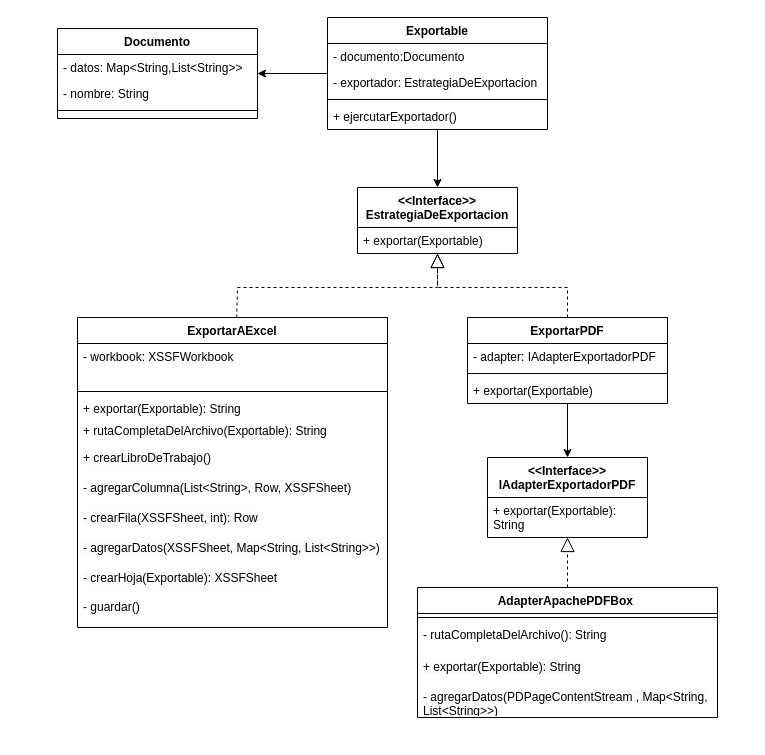
Earlier version of the draw.io diagram IncuttiPanzera_TPPatrones/IncuttiPanzera - DDC 1.drawio (Incutti/DDS24_IncuttiFernandez). Source tidied: cells renumbered, new cells numbered last; positions are measured from the earlier drawing's top-left corner, leaving out a move shared by most shapes. Both pictures are drawn from the tidied source at 100%, with x=0, y=0 at pixel (57, 17).
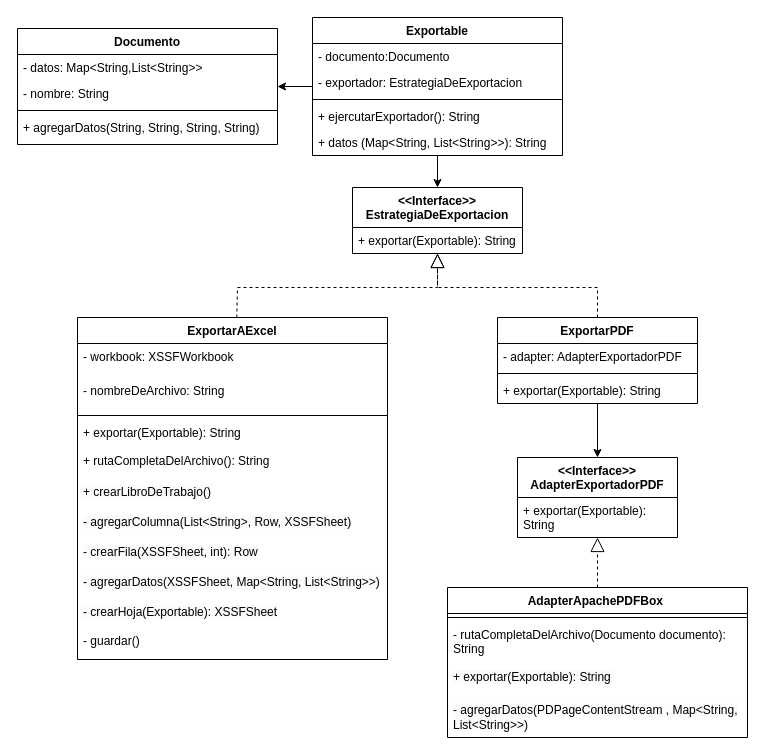
Above is the later version.

Commit message:
Correcciones del DDCv1

Diff of the diagram source:
```diff
@@
     <mxCell id="2" value="Documento" style="swimlane;fontStyle=1;align=center;verticalAlign=top;horizontal=1;startSize=26;rounded=0;shadow=0;strokeWidth=1;" parent="1" vertex="1">
-      <mxGeometry y="11" width="200" height="90" as="geometry" />
+      <mxGeometry x="-40" y="11" width="260" height="116" as="geometry" />
     </mxCell>
     <mxCell id="3" value="- datos: Map&lt;String,List&lt;String&gt;&gt;" style="text;align=left;verticalAlign=top;spacingLeft=4;spacingRight=4;overflow=hidden;" parent="2" vertex="1">
-      <mxGeometry y="26" width="200" height="26" as="geometry" />
+      <mxGeometry y="26" width="260" height="26" as="geometry" />
     </mxCell>
     <mxCell id="4" value="- nombre: String" style="text;align=left;verticalAlign=top;spacingLeft=4;spacingRight=4;overflow=hidden;rounded=0;shadow=0;html=0;" parent="2" vertex="1">
-      <mxGeometry y="52" width="200" height="26" as="geometry" />
+      <mxGeometry y="52" width="260" height="26" as="geometry" />
     </mxCell>
     <mxCell id="5" style="line;html=1;strokeWidth=1;align=left;verticalAlign=middle;spacingTop=-1;spacingLeft=3;spacingRight=3;labelPosition=right;" parent="2" vertex="1">
-      <mxGeometry y="78" width="200" height="8" as="geometry" />
+      <mxGeometry y="78" width="260" height="8" as="geometry" />
     </mxCell>
+    <mxCell id="41" value="+ agregarDatos(String, String, String, String)" style="text;align=left;verticalAlign=top;spacingLeft=4;spacingRight=4;overflow=hidden;rounded=0;shadow=0;html=0;" parent="2" vertex="1">
+      <mxGeometry y="86" width="260" height="26" as="geometry" />
+    </mxCell>
     <mxCell id="6" value="&lt;&lt;Interface&gt;&gt;&#10;EstrategiaDeExportacion" style="swimlane;fontStyle=1;align=center;verticalAlign=top;horizontal=1;startSize=40;rounded=0;shadow=0;strokeWidth=1;" parent="1" vertex="1">
-      <mxGeometry x="300" y="170" width="160" height="66" as="geometry" />
+      <mxGeometry x="295" y="170" width="170" height="66" as="geometry" />
     </mxCell>
-    <mxCell id="7" value="+ exportar(Exportable)" style="text;align=left;verticalAlign=top;spacingLeft=4;spacingRight=4;overflow=hidden;" parent="6" vertex="1">
-      <mxGeometry y="40" width="160" height="26" as="geometry" />
+    <mxCell id="7" value="+ exportar(Exportable): String" style="text;align=left;verticalAlign=top;spacingLeft=4;spacingRight=4;overflow=hidden;" parent="6" vertex="1">
+      <mxGeometry y="40" width="170" height="26" as="geometry" />
     </mxCell>
     <mxCell id="8" value="ExportarAExcel" style="swimlane;fontStyle=1;align=center;verticalAlign=top;horizontal=1;startSize=26;rounded=0;shadow=0;strokeWidth=1;" parent="1" vertex="1">
-      <mxGeometry x="20" y="300" width="310" height="310" as="geometry" />
+      <mxGeometry x="20" y="300" width="310" height="342" as="geometry" />
     </mxCell>
     <mxCell id="9" value="- workbook: XSSFWorkbook" style="text;align=left;verticalAlign=top;spacingLeft=4;spacingRight=4;overflow=hidden;" parent="8" vertex="1">
-      <mxGeometry y="26" width="310" height="44" as="geometry" />
+      <mxGeometry y="26" width="310" height="34" as="geometry" />
     </mxCell>
+    <mxCell id="42" value="- nombreDeArchivo: String" style="text;align=left;verticalAlign=top;spacingLeft=4;spacingRight=4;overflow=hidden;" parent="8" vertex="1">
+      <mxGeometry y="60" width="310" height="34" as="geometry" />
+    </mxCell>
     <mxCell id="10" style="line;html=1;strokeWidth=1;align=left;verticalAlign=middle;spacingTop=-1;spacingLeft=3;spacingRight=3;labelPosition=right;" parent="8" vertex="1">
-      <mxGeometry y="70" width="310" height="8" as="geometry" />
+      <mxGeometry y="94" width="310" height="8" as="geometry" />
     </mxCell>
     <mxCell id="11" value="+ exportar(Exportable): String&#10;" style="text;align=left;verticalAlign=top;spacingLeft=4;spacingRight=4;overflow=hidden;" parent="8" vertex="1">
-      <mxGeometry y="78" width="310" height="22" as="geometry" />
+      <mxGeometry y="102" width="310" height="28" as="geometry" />
     </mxCell>
-    <mxCell id="12" value="+ rutaCompletaDelArchivo(Exportable): String" style="text;align=left;verticalAlign=top;spacingLeft=4;spacingRight=4;overflow=hidden;" parent="8" vertex="1">
-      <mxGeometry y="100" width="310" height="26" as="geometry" />
+    <mxCell id="12" value="+ rutaCompletaDelArchivo(): String" style="text;align=left;verticalAlign=top;spacingLeft=4;spacingRight=4;overflow=hidden;" parent="8" vertex="1">
+      <mxGeometry y="130" width="310" height="30" as="geometry" />
     </mxCell>
     <mxCell id="13" value="&lt;span style=&quot;color: rgb(0, 0, 0); font-family: Helvetica; font-size: 12px; font-style: normal; font-variant-ligatures: normal; font-variant-caps: normal; font-weight: 400; letter-spacing: normal; orphans: 2; text-align: left; text-indent: 0px; text-transform: none; white-space: nowrap; widows: 2; word-spacing: 0px; -webkit-text-stroke-width: 0px; background-color: rgb(251, 251, 251); text-decoration-thickness: initial; text-decoration-style: initial; text-decoration-color: initial; display: inline !important; float: none;&quot;&gt;+ crearLibroDeTrabajo()&lt;/span&gt;&lt;br style=&quot;forced-color-adjust: none; padding: 0px; margin: 0px; color: rgb(0, 0, 0); font-family: Helvetica; font-size: 12px; font-style: normal; font-variant-ligatures: normal; font-variant-caps: normal; font-weight: 400; letter-spacing: normal; orphans: 2; text-align: left; text-indent: 0px; text-transform: none; white-space: nowrap; widows: 2; word-spacing: 0px; -webkit-text-stroke-width: 0px; background-color: rgb(251, 251, 251); text-decoration-thickness: initial; text-decoration-style: initial; text-decoration-color: initial;&quot;&gt;" style="text;strokeColor=none;fillColor=none;align=left;verticalAlign=middle;spacingLeft=4;spacingRight=4;overflow=hidden;whiteSpace=wrap;html=1;" parent="8" vertex="1">
-      <mxGeometry y="126" width="310" height="30" as="geometry" />
+      <mxGeometry y="160" width="310" height="30" as="geometry" />
     </mxCell>
     <mxCell id="14" value="&lt;span style=&quot;color: rgb(0, 0, 0); font-family: Helvetica; font-size: 12px; font-style: normal; font-variant-ligatures: normal; font-variant-caps: normal; font-weight: 400; letter-spacing: normal; orphans: 2; text-align: left; text-indent: 0px; text-transform: none; white-space: nowrap; widows: 2; word-spacing: 0px; -webkit-text-stroke-width: 0px; background-color: rgb(251, 251, 251); text-decoration-thickness: initial; text-decoration-style: initial; text-decoration-color: initial; display: inline !important; float: none;&quot;&gt;-&amp;nbsp;agregarColumna(List&amp;lt;String&amp;gt;, Row, XSSFSheet)&lt;/span&gt;" style="text;strokeColor=none;fillColor=none;align=left;verticalAlign=middle;spacingLeft=4;spacingRight=4;overflow=hidden;whiteSpace=wrap;html=1;" parent="8" vertex="1">
-      <mxGeometry y="156" width="310" height="30" as="geometry" />
+      <mxGeometry y="190" width="310" height="30" as="geometry" />
     </mxCell>
     <mxCell id="15" value="&lt;span style=&quot;color: rgb(0, 0, 0); font-family: Helvetica; font-size: 12px; font-style: normal; font-variant-ligatures: normal; font-variant-caps: normal; font-weight: 400; letter-spacing: normal; orphans: 2; text-align: left; text-indent: 0px; text-transform: none; white-space: nowrap; widows: 2; word-spacing: 0px; -webkit-text-stroke-width: 0px; background-color: rgb(251, 251, 251); text-decoration-thickness: initial; text-decoration-style: initial; text-decoration-color: initial; display: inline !important; float: none;&quot;&gt;-&amp;nbsp;crearFila(XSSFSheet, int):&amp;nbsp;Row&lt;/span&gt;&lt;br style=&quot;forced-color-adjust: none; padding: 0px; margin: 0px; color: rgb(0, 0, 0); font-family: Helvetica; font-size: 12px; font-style: normal; font-variant-ligatures: normal; font-variant-caps: normal; font-weight: 400; letter-spacing: normal; orphans: 2; text-align: left; text-indent: 0px; text-transform: none; white-space: nowrap; widows: 2; word-spacing: 0px; -webkit-text-stroke-width: 0px; background-color: rgb(251, 251, 251); text-decoration-thickness: initial; text-decoration-style: initial; text-decoration-color: initial;&quot;&gt;" style="text;strokeColor=none;fillColor=none;align=left;verticalAlign=middle;spacingLeft=4;spacingRight=4;overflow=hidden;whiteSpace=wrap;html=1;" parent="8" vertex="1">
-      <mxGeometry y="186" width="310" height="30" as="geometry" />
+      <mxGeometry y="220" width="310" height="30" as="geometry" />
     </mxCell>
     <mxCell id="16" value="&lt;span style=&quot;color: rgb(0, 0, 0); font-family: Helvetica; font-size: 12px; font-style: normal; font-variant-ligatures: normal; font-variant-caps: normal; font-weight: 400; letter-spacing: normal; orphans: 2; text-align: left; text-indent: 0px; text-transform: none; white-space: nowrap; widows: 2; word-spacing: 0px; -webkit-text-stroke-width: 0px; background-color: rgb(251, 251, 251); text-decoration-thickness: initial; text-decoration-style: initial; text-decoration-color: initial; display: inline !important; float: none;&quot;&gt;-&amp;nbsp;agregarDatos(XSSFSheet, Map&amp;lt;String, List&amp;lt;String&amp;gt;&amp;gt;)&lt;/span&gt;&lt;br style=&quot;forced-color-adjust: none; padding: 0px; margin: 0px; color: rgb(0, 0, 0); font-family: Helvetica; font-size: 12px; font-style: normal; font-variant-ligatures: normal; font-variant-caps: normal; font-weight: 400; letter-spacing: normal; orphans: 2; text-align: left; text-indent: 0px; text-transform: none; white-space: nowrap; widows: 2; word-spacing: 0px; -webkit-text-stroke-width: 0px; background-color: rgb(251, 251, 251); text-decoration-thickness: initial; text-decoration-style: initial; text-decoration-color: initial;&quot;&gt;" style="text;strokeColor=none;fillColor=none;align=left;verticalAlign=middle;spacingLeft=4;spacingRight=4;overflow=hidden;whiteSpace=wrap;html=1;" parent="8" vertex="1">
-      <mxGeometry y="216" width="310" height="30" as="geometry" />
+      <mxGeometry y="250" width="310" height="30" as="geometry" />
     </mxCell>
     <mxCell id="17" value="&lt;span style=&quot;color: rgb(0, 0, 0); font-family: Helvetica; font-size: 12px; font-style: normal; font-variant-ligatures: normal; font-variant-caps: normal; font-weight: 400; letter-spacing: normal; orphans: 2; text-align: left; text-indent: 0px; text-transform: none; white-space: nowrap; widows: 2; word-spacing: 0px; -webkit-text-stroke-width: 0px; background-color: rgb(251, 251, 251); text-decoration-thickness: initial; text-decoration-style: initial; text-decoration-color: initial; display: inline !important; float: none;&quot;&gt;-&amp;nbsp;crearHoja(Exportable):&amp;nbsp;XSSFSheet&lt;/span&gt;&lt;br style=&quot;forced-color-adjust: none; padding: 0px; margin: 0px; color: rgb(0, 0, 0); font-family: Helvetica; font-size: 12px; font-style: normal; font-variant-ligatures: normal; font-variant-caps: normal; font-weight: 400; letter-spacing: normal; orphans: 2; text-align: left; text-indent: 0px; text-transform: none; white-space: nowrap; widows: 2; word-spacing: 0px; -webkit-text-stroke-width: 0px; background-color: rgb(251, 251, 251); text-decoration-thickness: initial; text-decoration-style: initial; text-decoration-color: initial;&quot;&gt;" style="text;strokeColor=none;fillColor=none;align=left;verticalAlign=middle;spacingLeft=4;spacingRight=4;overflow=hidden;whiteSpace=wrap;html=1;" parent="8" vertex="1">
-      <mxGeometry y="246" width="310" height="30" as="geometry" />
+      <mxGeometry y="280" width="310" height="30" as="geometry" />
     </mxCell>
     <mxCell id="18" value="- guardar()" style="text;align=left;verticalAlign=top;spacingLeft=4;spacingRight=4;overflow=hidden;" parent="8" vertex="1">
-      <mxGeometry y="276" width="310" height="26" as="geometry" />
+      <mxGeometry y="310" width="310" height="26" as="geometry" />
     </mxCell>
@@
     <mxCell id="21" value="Exportable" style="swimlane;fontStyle=1;align=center;verticalAlign=top;horizontal=1;startSize=26;rounded=0;shadow=0;strokeWidth=1;" parent="1" vertex="1">
-      <mxGeometry x="270" width="220" height="112" as="geometry" />
+      <mxGeometry x="255" width="250" height="138" as="geometry" />
     </mxCell>
     <mxCell id="22" value="- documento:Documento" style="text;align=left;verticalAlign=top;spacingLeft=4;spacingRight=4;overflow=hidden;rounded=0;shadow=0;html=0;" parent="21" vertex="1">
-      <mxGeometry y="26" width="220" height="26" as="geometry" />
+      <mxGeometry y="26" width="250" height="26" as="geometry" />
     </mxCell>
     <mxCell id="23" value="- exportador: EstrategiaDeExportacion" style="text;align=left;verticalAlign=top;spacingLeft=4;spacingRight=4;overflow=hidden;rounded=0;shadow=0;html=0;" parent="21" vertex="1">
-      <mxGeometry y="52" width="220" height="26" as="geometry" />
+      <mxGeometry y="52" width="250" height="26" as="geometry" />
     </mxCell>
     <mxCell id="24" style="line;html=1;strokeWidth=1;align=left;verticalAlign=middle;spacingTop=-1;spacingLeft=3;spacingRight=3;labelPosition=right;" parent="21" vertex="1">
-      <mxGeometry y="78" width="220" height="8" as="geometry" />
+      <mxGeometry y="78" width="250" height="8" as="geometry" />
     </mxCell>
-    <mxCell id="25" value="+ ejercutarExportador()" style="text;align=left;verticalAlign=top;spacingLeft=4;spacingRight=4;overflow=hidden;" parent="21" vertex="1">
-      <mxGeometry y="86" width="220" height="26" as="geometry" />
+    <mxCell id="25" value="+ ejercutarExportador(): String" style="text;align=left;verticalAlign=top;spacingLeft=4;spacingRight=4;overflow=hidden;" parent="21" vertex="1">
+      <mxGeometry y="86" width="250" height="26" as="geometry" />
     </mxCell>
+    <mxCell id="43" value="+ datos (Map&lt;String, List&lt;String&gt;&gt;): String" style="text;align=left;verticalAlign=top;spacingLeft=4;spacingRight=4;overflow=hidden;" parent="21" vertex="1">
+      <mxGeometry y="112" width="250" height="26" as="geometry" />
+    </mxCell>
     <mxCell id="26" value="ExportarPDF" style="swimlane;fontStyle=1;align=center;verticalAlign=top;horizontal=1;startSize=26;rounded=0;shadow=0;strokeWidth=1;" parent="1" vertex="1">
-      <mxGeometry x="410" y="300" width="200" height="86" as="geometry" />
+      <mxGeometry x="440" y="300" width="200" height="86" as="geometry" />
     </mxCell>
-    <mxCell id="27" value="- adapter: IAdapterExportadorPDF" style="text;align=left;verticalAlign=top;spacingLeft=4;spacingRight=4;overflow=hidden;" parent="26" vertex="1">
+    <mxCell id="27" value="- adapter: AdapterExportadorPDF" style="text;align=left;verticalAlign=top;spacingLeft=4;spacingRight=4;overflow=hidden;" parent="26" vertex="1">
       <mxGeometry y="26" width="200" height="26" as="geometry" />
     </mxCell>
@@
-    <mxCell id="29" value="+ exportar(Exportable)" style="text;align=left;verticalAlign=top;spacingLeft=4;spacingRight=4;overflow=hidden;" parent="26" vertex="1">
+    <mxCell id="29" value="+ exportar(Exportable): String" style="text;align=left;verticalAlign=top;spacingLeft=4;spacingRight=4;overflow=hidden;" parent="26" vertex="1">
       <mxGeometry y="60" width="200" height="26" as="geometry" />
     </mxCell>
@@
     <mxCell id="31" style="endArrow=block;dashed=1;endFill=0;endSize=12;html=1;rounded=0;" parent="1" edge="1" source="26" target="6">
       <mxGeometry relative="1" as="geometry">
         <Array as="points">
-          <mxPoint x="510" y="270" />
+          <mxPoint x="540" y="270" />
           <mxPoint x="380" y="270" />
         </Array>
       </mxGeometry>
     </mxCell>
@@
-    <mxCell id="33" value="&lt;div&gt;&amp;lt;&amp;lt;Interface&amp;gt;&amp;gt;&lt;/div&gt;IAdapterExportadorPDF" style="swimlane;fontStyle=1;align=center;verticalAlign=top;horizontal=1;startSize=40;whiteSpace=wrap;html=1;" parent="1" vertex="1">
-      <mxGeometry x="430" y="440" width="160" height="80" as="geometry" />
+    <mxCell id="33" value="&lt;div&gt;&amp;lt;&amp;lt;Interface&amp;gt;&amp;gt;&lt;/div&gt;AdapterExportadorPDF" style="swimlane;fontStyle=1;align=center;verticalAlign=top;horizontal=1;startSize=40;whiteSpace=wrap;html=1;" parent="1" vertex="1">
+      <mxGeometry x="460" y="440" width="160" height="80" as="geometry" />
     </mxCell>
@@
     <mxCell id="35" value="AdapterApachePDFBox&amp;nbsp;" style="swimlane;fontStyle=1;align=center;verticalAlign=top;horizontal=1;startSize=26;whiteSpace=wrap;html=1;" parent="1" vertex="1">
-      <mxGeometry x="360" y="570" width="300" height="130" as="geometry" />
+      <mxGeometry x="390" y="570" width="300" height="150" as="geometry" />
     </mxCell>
@@
-    <mxCell id="37" value="- rutaCompletaDelArchivo(): String&lt;div&gt;&lt;br&gt;&lt;/div&gt;" style="text;strokeColor=none;fillColor=none;align=left;verticalAlign=top;spacingLeft=4;spacingRight=4;overflow=hidden;whiteSpace=wrap;html=1;" parent="35" vertex="1">
-      <mxGeometry y="34" width="300" height="36" as="geometry" />
+    <mxCell id="37" value="- rutaCompletaDelArchivo(Documento documento): String&lt;div&gt;&lt;br&gt;&lt;/div&gt;" style="text;strokeColor=none;fillColor=none;align=left;verticalAlign=top;spacingLeft=4;spacingRight=4;overflow=hidden;whiteSpace=wrap;html=1;" parent="35" vertex="1">
+      <mxGeometry y="34" width="300" height="46" as="geometry" />
     </mxCell>
     <mxCell id="38" value="&lt;div style=&quot;forced-color-adjust: none; color: rgb(0, 0, 0); font-family: Helvetica; font-size: 12px; font-style: normal; font-variant-ligatures: normal; font-variant-caps: normal; font-weight: 400; letter-spacing: normal; orphans: 2; text-align: left; text-indent: 0px; text-transform: none; white-space: normal; widows: 2; word-spacing: 0px; -webkit-text-stroke-width: 0px; background-color: rgb(251, 251, 251); text-decoration-thickness: initial; text-decoration-style: initial; text-decoration-color: initial;&quot;&gt;+&amp;nbsp;exportar(Exportable): String&amp;nbsp;&lt;/div&gt;&lt;br class=&quot;Apple-interchange-newline&quot;&gt;" style="text;strokeColor=none;fillColor=none;align=left;verticalAlign=middle;spacingLeft=4;spacingRight=4;overflow=hidden;whiteSpace=wrap;html=1;" parent="35" vertex="1">
-      <mxGeometry y="70" width="300" height="30" as="geometry" />
+      <mxGeometry y="80" width="300" height="30" as="geometry" />
     </mxCell>
     <mxCell id="39" value="&lt;span style=&quot;color: rgb(0, 0, 0); font-family: Helvetica; font-size: 12px; font-style: normal; font-variant-ligatures: normal; font-variant-caps: normal; font-weight: 400; letter-spacing: normal; orphans: 2; text-align: left; text-indent: 0px; text-transform: none; white-space: normal; widows: 2; word-spacing: 0px; -webkit-text-stroke-width: 0px; background-color: rgb(251, 251, 251); text-decoration-thickness: initial; text-decoration-style: initial; text-decoration-color: initial; display: inline !important; float: none;&quot;&gt;- agregarDatos(PDPageContentStream , Map&amp;lt;String, List&amp;lt;String&amp;gt;&amp;gt;)&lt;/span&gt;" style="text;strokeColor=none;fillColor=none;align=left;verticalAlign=middle;spacingLeft=4;spacingRight=4;overflow=hidden;whiteSpace=wrap;html=1;" parent="35" vertex="1">
-      <mxGeometry y="100" width="300" height="30" as="geometry" />
+      <mxGeometry y="110" width="300" height="40" as="geometry" />
     </mxCell>
```
